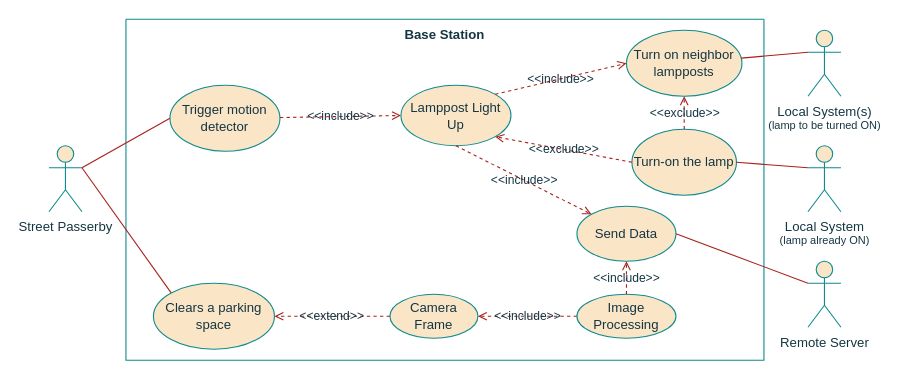
Earlier version of the draw.io diagram page "BS_UseCase" (1 of 8) of project/report/flowcharts/LocalSystem.drawio (ESRGgroup9/slipad). Source tidied: cells renumbered, new cells numbered last; positions are measured from the earlier drawing's top-left corner, leaving out a move shared by most shapes. Both pictures are drawn from the tidied source at 110%, with x=0, y=0 at pixel (48, 19).
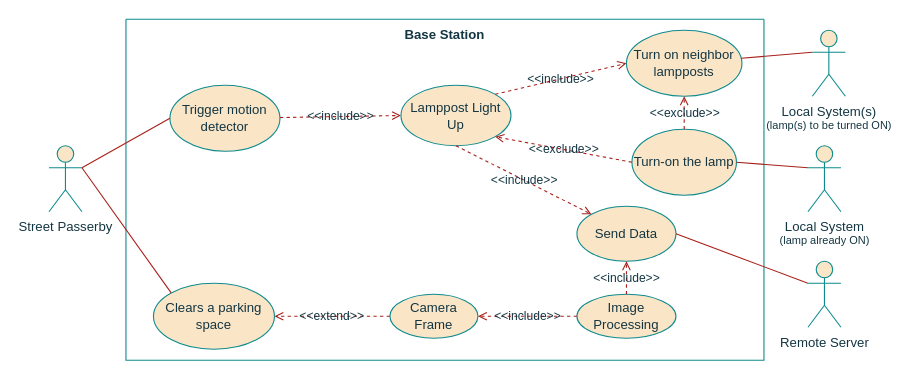
The same diagram, later.

The edit, as a diff of the source:
```diff
@@
-    <mxCell id="20" value="&lt;div&gt;Local System(s)&lt;/div&gt;&lt;div style=&quot;font-size: 10px&quot;&gt;(lamp to be turned ON)&lt;br&gt;&lt;/div&gt;" style="shape=umlActor;verticalLabelPosition=bottom;verticalAlign=top;html=1;outlineConnect=0;fillColor=#FAE5C7;strokeColor=#0F8B8D;fontColor=#143642;" parent="1" vertex="1">
-      <mxGeometry x="690" y="10" width="30" height="60" as="geometry" />
+    <mxCell id="20" value="&lt;div&gt;Local System(s)&lt;/div&gt;&lt;div style=&quot;font-size: 10px&quot;&gt;(lamp(s) to be turned ON)&lt;br&gt;&lt;/div&gt;" style="shape=umlActor;verticalLabelPosition=bottom;verticalAlign=top;html=1;outlineConnect=0;fillColor=#FAE5C7;strokeColor=#0F8B8D;fontColor=#143642;" parent="1" vertex="1">
+      <mxGeometry x="694" y="10" width="30" height="60" as="geometry" />
     </mxCell>
```
